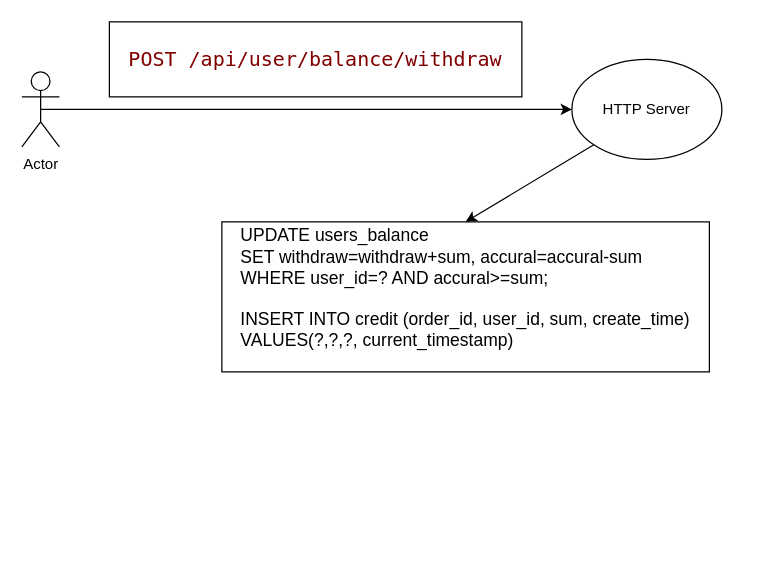
Before: docs/Withdraw.drawio in serg2014/go-musthave-diploma-new, a draw.io diagram. Source tidied: cells renumbered, new cells numbered last; positions are measured from the earlier drawing's top-left corner, leaving out a move shared by most shapes. Both pictures are drawn from the tidied source at 125%, with x=0, y=0 at pixel (21, 21).
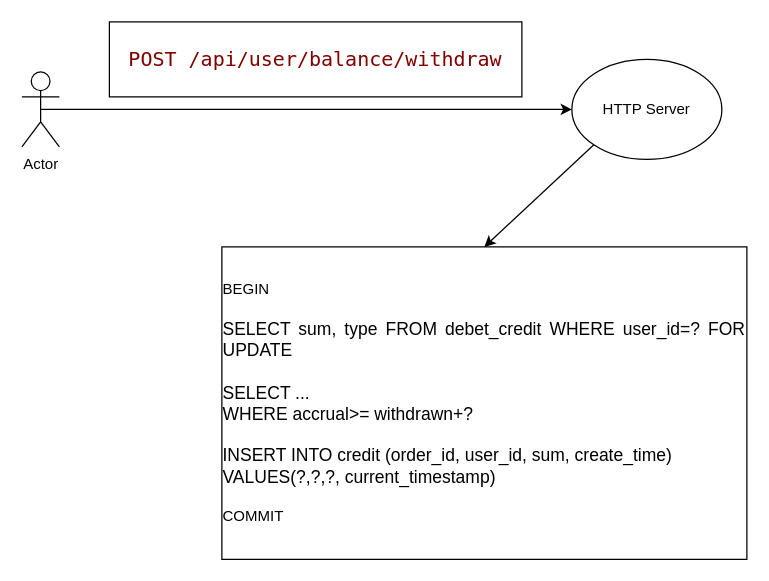
The same page after the edit.

What changed in the source:
```diff
@@
 <mxGraphModel>
   <root>
     <mxCell id="0" />
     <mxCell id="1" parent="0" />
     <mxCell id="2" value="Actor" style="shape=umlActor;verticalLabelPosition=bottom;verticalAlign=top;html=1;outlineConnect=0;" parent="1" vertex="1">
       <mxGeometry y="40" width="30" height="60" as="geometry" />
     </mxCell>
     <mxCell id="3" style="endArrow=classic;html=1;rounded=0;exitX=0.5;exitY=0.5;exitDx=0;exitDy=0;exitPerimeter=0;entryX=0;entryY=0.5;entryDx=0;entryDy=0;" parent="1" edge="1" source="2" target="5">
       <mxGeometry relative="1" as="geometry" />
     </mxCell>
     <mxCell id="4" value="&lt;div style=&quot;font-size: 16px; text-align: start; color: rgb(0, 0, 0); background-color: rgb(255, 255, 255); font-family: Menlo, Monaco, &amp;quot;Courier New&amp;quot;, monospace; line-height: 24px; white-space: pre;&quot;&gt;&lt;span style=&quot;color: rgb(128, 0, 0);&quot;&gt;POST /api/user/balance/withdraw&lt;/span&gt;&lt;/div&gt;" style="rounded=0;whiteSpace=wrap;html=1;" parent="1" vertex="1">
       <mxGeometry x="70" width="330" height="60" as="geometry" />
     </mxCell>
     <mxCell id="5" value="HTTP Server" style="ellipse;whiteSpace=wrap;html=1;" parent="1" vertex="1">
       <mxGeometry x="440" y="30" width="120" height="80" as="geometry" />
     </mxCell>
-    <mxCell id="6" value="&lt;div style=&quot;text-align: justify;&quot;&gt;&lt;span style=&quot;font-size: 14px;&quot;&gt;UPDATE users_balance&amp;nbsp;&lt;/span&gt;&lt;/div&gt;&lt;div style=&quot;text-align: justify;&quot;&gt;&lt;font style=&quot;font-size: 14px;&quot;&gt;SET withdraw=withdraw+sum, accural=accural-sum&lt;/font&gt;&lt;/div&gt;&lt;div style=&quot;text-align: justify;&quot;&gt;&lt;font style=&quot;font-size: 14px;&quot;&gt;WHERE user_id=? AND accural&amp;gt;=sum;&lt;/font&gt;&lt;/div&gt;&lt;div style=&quot;text-align: justify;&quot;&gt;&lt;font style=&quot;font-size: 14px;&quot;&gt;&lt;br&gt;&lt;/font&gt;&lt;/div&gt;&lt;div style=&quot;text-align: justify;&quot;&gt;&lt;font style=&quot;font-size: 14px;&quot;&gt;INSERT INTO credit (order_id, user_id, sum, create_time)&lt;/font&gt;&lt;/div&gt;&lt;div style=&quot;text-align: justify;&quot;&gt;&lt;font style=&quot;font-size: 14px;&quot;&gt;VALUES(?,?,?, current_timestamp)&lt;/font&gt;&lt;/div&gt;&lt;div&gt;&lt;br&gt;&lt;/div&gt;" style="rounded=0;whiteSpace=wrap;html=1;" parent="1" vertex="1">
-      <mxGeometry x="160" y="160" width="390" height="120" as="geometry" />
+    <mxCell id="6" value="&lt;div style=&quot;text-align: justify;&quot;&gt;BEGIN&lt;/div&gt;&lt;div style=&quot;text-align: justify;&quot;&gt;&lt;font style=&quot;font-size: 14px;&quot;&gt;&lt;br&gt;&lt;/font&gt;&lt;/div&gt;&lt;div style=&quot;text-align: justify;&quot;&gt;&lt;font style=&quot;font-size: 14px;&quot;&gt;SELECT sum, type FROM debet_credit WHERE user_id=? FOR UPDATE&lt;/font&gt;&lt;/div&gt;&lt;div style=&quot;text-align: justify;&quot;&gt;&lt;font style=&quot;font-size: 14px;&quot;&gt;&lt;br&gt;&lt;/font&gt;&lt;/div&gt;&lt;div style=&quot;text-align: justify;&quot;&gt;&lt;font style=&quot;font-size: 14px;&quot;&gt;SELECT ...&lt;/font&gt;&lt;/div&gt;&lt;div style=&quot;text-align: justify;&quot;&gt;&lt;font style=&quot;font-size: 14px;&quot;&gt;WHERE accrual&amp;gt;= withdrawn+?&lt;/font&gt;&lt;/div&gt;&lt;div style=&quot;text-align: justify;&quot;&gt;&lt;font style=&quot;font-size: 14px;&quot;&gt;&lt;br&gt;&lt;/font&gt;&lt;/div&gt;&lt;div style=&quot;text-align: justify;&quot;&gt;&lt;font style=&quot;font-size: 14px;&quot;&gt;INSERT INTO credit (order_id, user_id, sum, create_time)&lt;/font&gt;&lt;/div&gt;&lt;div style=&quot;text-align: justify;&quot;&gt;&lt;font style=&quot;font-size: 14px;&quot;&gt;VALUES(?,?,?, current_timestamp)&lt;/font&gt;&lt;/div&gt;&lt;div style=&quot;text-align: justify;&quot;&gt;&lt;font style=&quot;font-size: 14px;&quot;&gt;&lt;br&gt;&lt;/font&gt;&lt;/div&gt;&lt;div style=&quot;text-align: justify;&quot;&gt;COMMIT&lt;/div&gt;" style="rounded=0;whiteSpace=wrap;html=1;align=center;" parent="1" vertex="1">
+      <mxGeometry x="160" y="180" width="420" height="250" as="geometry" />
     </mxCell>
     <mxCell id="7" style="endArrow=classic;html=1;rounded=0;exitX=0;exitY=1;exitDx=0;exitDy=0;entryX=0.5;entryY=0;entryDx=0;entryDy=0;" parent="1" edge="1" source="5" target="6">
       <mxGeometry relative="1" as="geometry" />
     </mxCell>
   </root>
 </mxGraphModel>
```
